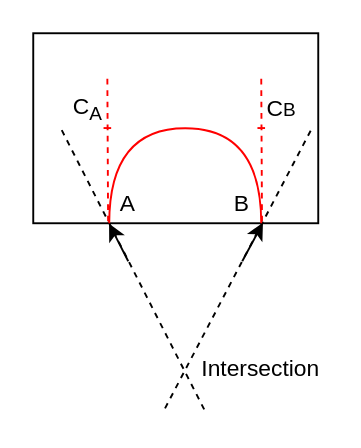
Above: images/simple/intrapolation_bent_outwards.drawio in visioncortex/ShapeSense (draw.io), before the change. Source tidied: cells renumbered, new cells numbered last; positions are measured from the earlier drawing's top-left corner, leaving out a move shared by most shapes. Both pictures are drawn from the tidied source at 190%, with x=0, y=0 at pixel (32, 32).
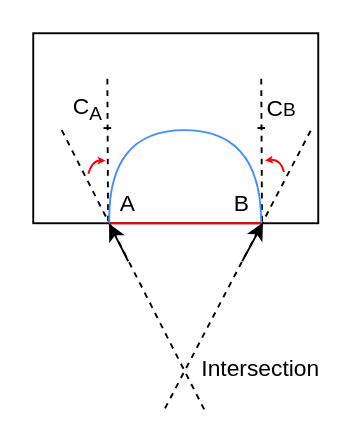
The same diagram, later.

Unchanged cells that the change refers to:
```xml
<mxCell id="5" value="A" style="text;html=1;strokeColor=none;fillColor=none;align=center;verticalAlign=middle;whiteSpace=wrap;rounded=0;" parent="1" vertex="1">
  <mxGeometry x="40" y="80" width="20" height="20" as="geometry" />
</mxCell>
<mxCell id="6" value="B" style="text;html=1;strokeColor=none;fillColor=none;align=center;verticalAlign=middle;whiteSpace=wrap;rounded=0;" parent="1" vertex="1">
  <mxGeometry x="100" y="80" width="20" height="20" as="geometry" />
</mxCell>
```

Change to the diagram source:
```diff
@@
-    <mxCell id="9" style="endArrow=none;html=1;rounded=0;dashed=1;entryX=0.263;entryY=0.997;entryDx=0;entryDy=0;entryPerimeter=0;strokeColor=#FF0000;" parent="1" edge="1">
+    <mxCell id="9" style="endArrow=none;html=1;rounded=0;dashed=1;entryX=0.263;entryY=0.997;entryDx=0;entryDy=0;entryPerimeter=0;strokeColor=#000000;" parent="1" edge="1">
       <mxGeometry relative="1" as="geometry">
         <mxPoint x="39" y="24" as="sourcePoint" />
         <mxPoint x="39.4" y="100" as="targetPoint" />
       </mxGeometry>
     </mxCell>
-    <mxCell id="10" style="endArrow=none;html=1;rounded=0;dashed=1;entryX=0.263;entryY=0.997;entryDx=0;entryDy=0;entryPerimeter=0;strokeColor=#FF0000;" parent="1" edge="1">
+    <mxCell id="10" style="endArrow=none;html=1;rounded=0;dashed=1;entryX=0.263;entryY=0.997;entryDx=0;entryDy=0;entryPerimeter=0;strokeColor=#000000;" parent="1" edge="1">
       <mxGeometry relative="1" as="geometry">
         <mxPoint x="120" y="24" as="sourcePoint" />
         <mxPoint x="120.4" y="100" as="targetPoint" />
       </mxGeometry>
     </mxCell>
-    <mxCell id="11" style="endArrow=none;html=1;rounded=0;strokeColor=#FF0000;" parent="1" edge="1">
+    <mxCell id="11" style="endArrow=none;html=1;rounded=0;strokeColor=#000000;" parent="1" edge="1">
       <mxGeometry relative="1" as="geometry">
         <mxPoint x="37" y="49.9" as="sourcePoint" />
         <mxPoint x="41" y="49.9" as="targetPoint" />
       </mxGeometry>
     </mxCell>
-    <mxCell id="12" style="endArrow=none;html=1;rounded=0;strokeColor=#FF0000;" parent="1" edge="1">
+    <mxCell id="12" style="endArrow=none;html=1;rounded=0;strokeColor=#000000;" parent="1" edge="1">
       <mxGeometry relative="1" as="geometry">
         <mxPoint x="118" y="49.9" as="sourcePoint" />
         <mxPoint x="122" y="49.9" as="targetPoint" />
       </mxGeometry>
     </mxCell>
@@
-    <mxCell id="15" style="curved=1;endArrow=none;html=1;rounded=0;strokeColor=#FF0000;endFill=0;exitX=0;exitY=1;exitDx=0;exitDy=0;entryX=1;entryY=1;entryDx=0;entryDy=0;" parent="1" edge="1" source="5" target="6">
+    <mxCell id="15" style="curved=1;endArrow=none;html=1;rounded=0;strokeColor=#428EFF;endFill=0;exitX=0;exitY=1;exitDx=0;exitDy=0;entryX=1;entryY=1;entryDx=0;entryDy=0;" parent="1" edge="1" source="5" target="6">
       <mxGeometry relative="1" as="geometry">
         <Array as="points">
-          <mxPoint x="40" y="50" />
-          <mxPoint x="120" y="50" />
+          <mxPoint x="39" y="51" />
+          <mxPoint x="120" y="51" />
         </Array>
       </mxGeometry>
     </mxCell>
@@
+    <mxCell id="17" style="endArrow=none;html=1;rounded=0;entryX=1;entryY=1;entryDx=0;entryDy=0;strokeColor=#FF0000;exitX=0;exitY=1;exitDx=0;exitDy=0;" parent="1" edge="1" source="5" target="6">
+      <mxGeometry relative="1" as="geometry" />
+    </mxCell>
+    <mxCell id="18" style="curved=1;endArrow=classic;html=1;rounded=0;strokeColor=#FF0000;startSize=3;endSize=1;" parent="1" edge="1">
+      <mxGeometry relative="1" as="geometry">
+        <mxPoint x="29" y="74" as="sourcePoint" />
+        <mxPoint x="38" y="67" as="targetPoint" />
+        <Array as="points">
+          <mxPoint x="31" y="67" />
+        </Array>
+      </mxGeometry>
+    </mxCell>
+    <mxCell id="19" style="curved=1;endArrow=classic;html=1;rounded=0;strokeColor=#FF0000;startSize=3;endSize=1;" parent="1" edge="1">
+      <mxGeometry relative="1" as="geometry">
+        <mxPoint x="132" y="73" as="sourcePoint" />
+        <mxPoint x="122" y="67" as="targetPoint" />
+        <Array as="points">
+          <mxPoint x="130" y="66" />
+        </Array>
+      </mxGeometry>
+    </mxCell>
```
